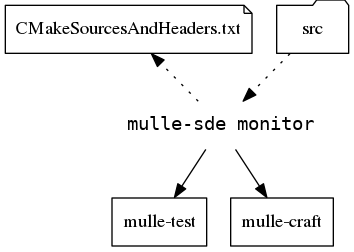
mulle-sde/mulle-sde keeps this Graphviz diagram as mulle-sde-monitor.png. Above is the earlier version. Its source is kept beside it as mulle-sde-monitor.dot.
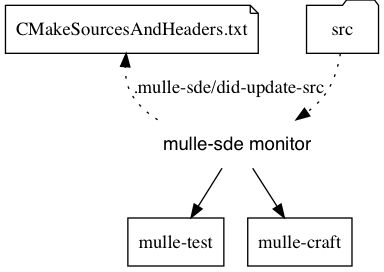
The same diagram one commit later.

What changed in the source:
```diff
@@ -7,10 +7,10 @@
     {
         label = "Language agnostic";
 
-        { rank = same; "CMakeSourcesAndHeaders.txt", "src" };
+        { rank = same; "_CMakeSourcesAndHeaders.txt", "src" };
 
-        "CMakeSourcesAndHeaders.txt" [ shape="note"]
-        "src"                        [ shape="folder"]
+        "_CMakeSourcesAndHeaders.txt" [ shape="note"]
+        "src"                         [ shape="folder"]
 
         "mulle-test"
         "mulle-craft"
```
